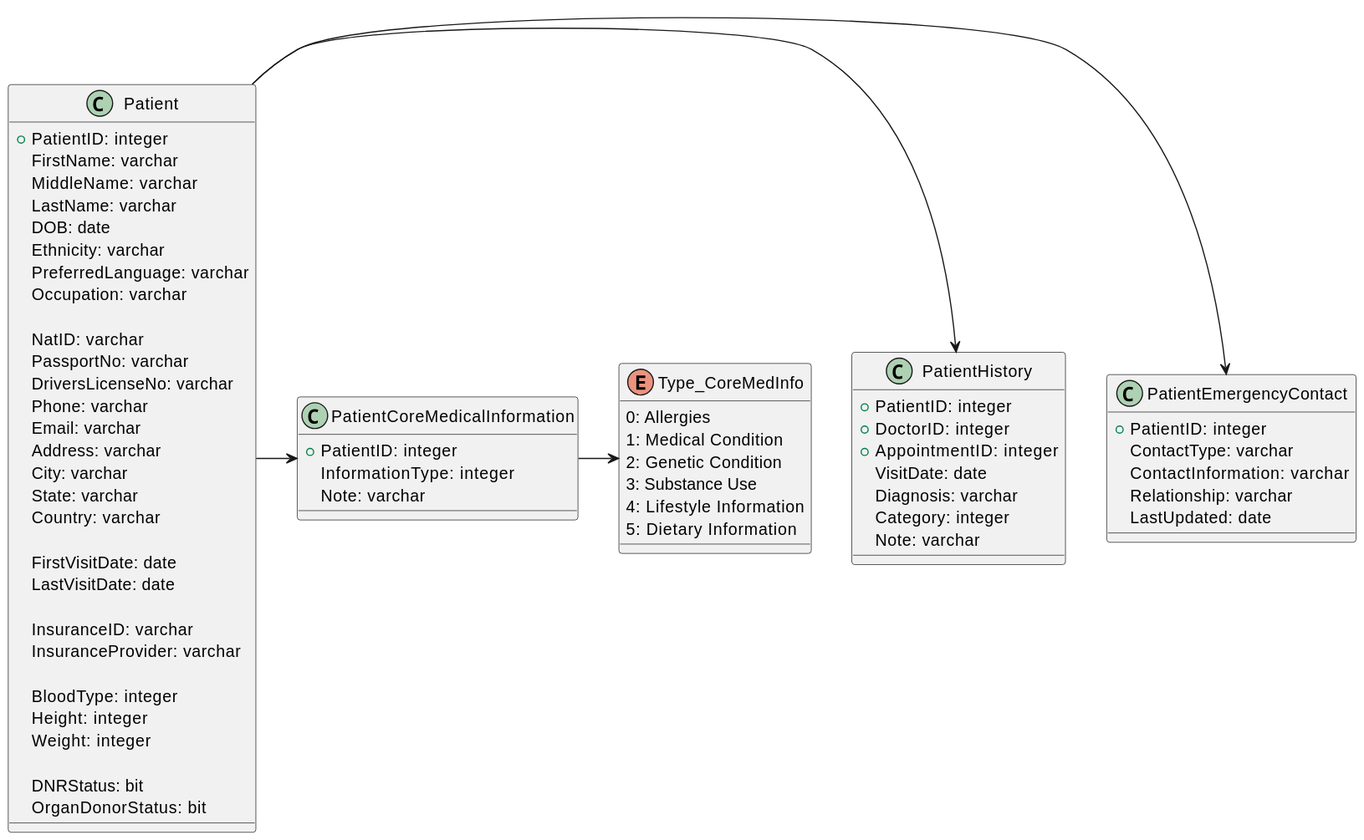
This is resources/HospitalManagementDB.svg from minhnguyenhoang/COMP3030_HospitalManagementDB, a PlantUML export, as it was before one commit.
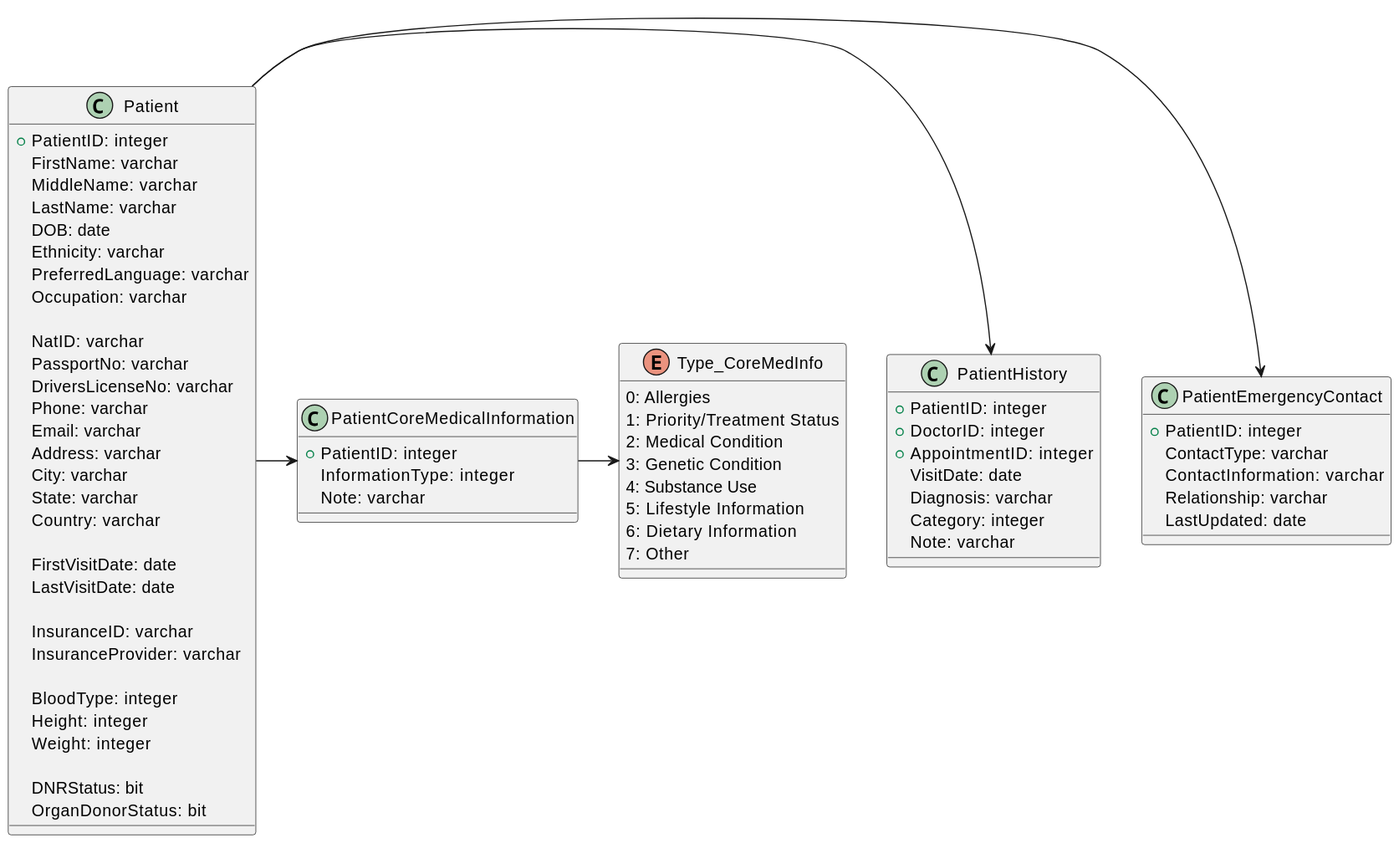
The same file after the commit.

Commit message:
Added initial database plan (edit)

The edit, as a diff of the source:
```diff
@@ -59,11 +59,13 @@
 
 enum Type_CoreMedInfo {
     0: Allergies
-    1: Medical Condition
-    2: Genetic Condition
-    3: Substance Use
-    4: Lifestyle Information
-    5: Dietary Information
+    1: Priority/Treatment Status
+    2: Medical Condition
+    3: Genetic Condition
+    4: Substance Use
+    5: Lifestyle Information
+    6: Dietary Information
+    7: Other
 }
 
 Patient -> PatientEmergencyContact
```
